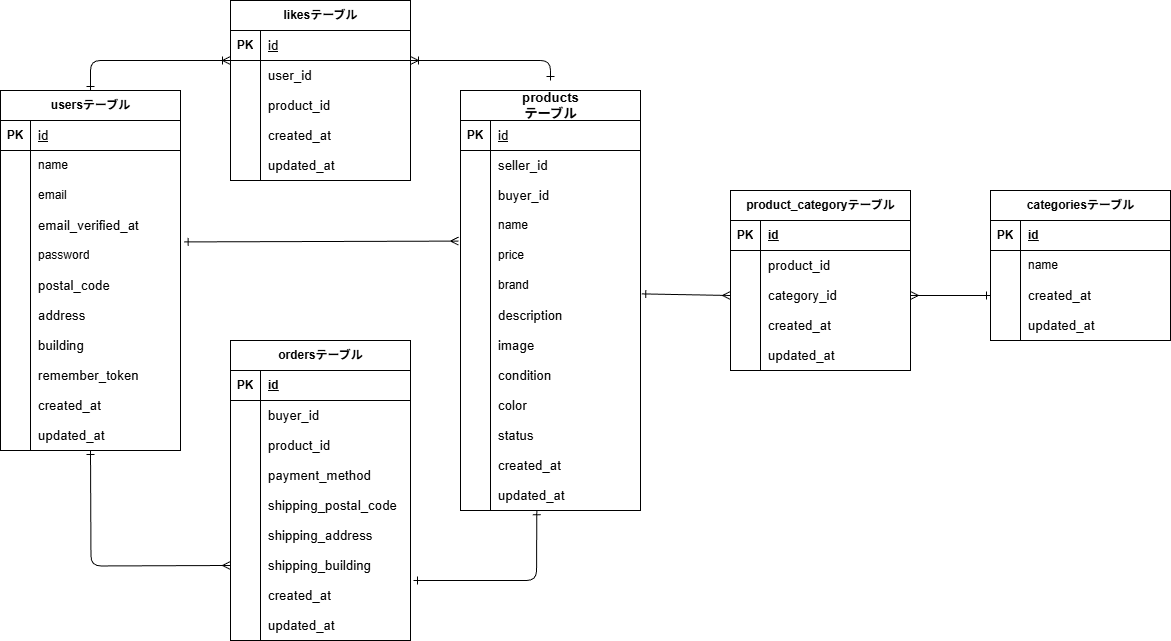
miho-85-ux/coachtech-fleamarket-app keeps this draw.io diagram as .drawio.png. Above is the earlier version. Source tidied: cells renumbered, new cells last; positions are measured from the earlier drawing's top-left corner, leaving out a move shared by most shapes.
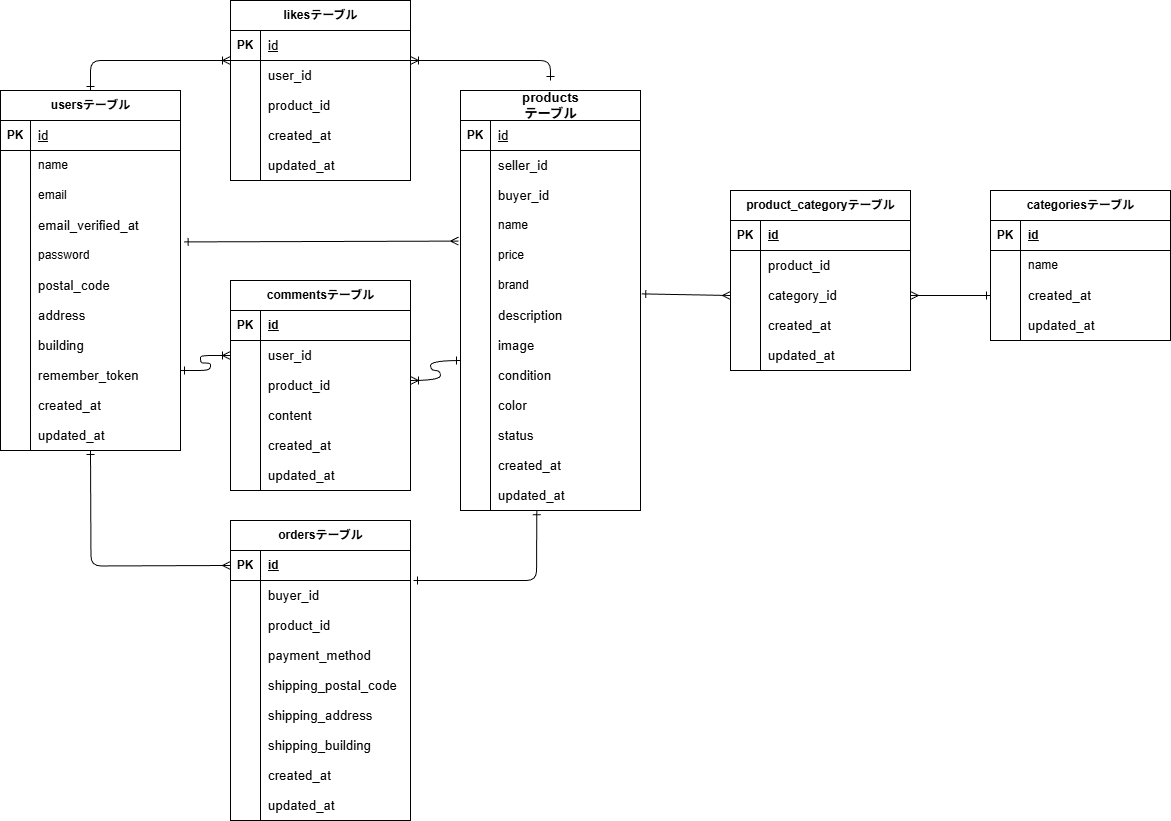
Above is the later version.

Diff of the diagram source:
```diff
@@ -283,7 +283,7 @@
       <mxGeometry x="30" width="150" height="30" as="geometry" />
     </mxCell>
     <mxCell id="93" value="&lt;div style=&quot;text-align: start;&quot;&gt;&lt;span style=&quot;color: rgb(0, 0, 0); text-align: center;&quot;&gt;ordersテーブル&lt;/span&gt;&lt;/div&gt;" style="shape=table;startSize=30;rowLines=0;fontStyle=1;align=center;html=1;" parent="1" vertex="1">
-      <mxGeometry x="230" y="340" width="180" height="300" as="geometry" />
+      <mxGeometry x="230" y="520" width="180" height="300" as="geometry" />
     </mxCell>
     <mxCell id="94" style="shape=tableRow;horizontal=0;startSize=0;swimlaneHead=0;swimlaneBody=0;fillColor=none;top=0;left=0;right=0;bottom=1;" parent="93" vertex="1">
       <mxGeometry y="30" width="180" height="30" as="geometry" />
@@ -483,5 +483,73 @@
     <mxCell id="155" style="edgeStyle=none;html=1;exitX=0;exitY=0.5;exitDx=0;exitDy=0;entryX=1;entryY=0.5;entryDx=0;entryDy=0;endArrow=ERmany;endFill=0;startArrow=ERone;startFill=0;" parent="1" edge="1" source="128" target="141">
       <mxGeometry relative="1" as="geometry" />
     </mxCell>
+    <mxCell id="156" value="commentsテーブル" style="shape=table;startSize=30;rowLines=0;fontStyle=1;align=center;html=1;" parent="1" vertex="1">
+      <mxGeometry x="230" y="280" width="180" height="210" as="geometry" />
+    </mxCell>
+    <mxCell id="157" style="shape=tableRow;horizontal=0;startSize=0;swimlaneHead=0;swimlaneBody=0;fillColor=none;top=0;left=0;right=0;bottom=1;" parent="156" vertex="1">
+      <mxGeometry y="30" width="180" height="30" as="geometry" />
+    </mxCell>
+    <mxCell id="158" value="PK" style="shape=partialRectangle;fillColor=none;top=0;left=0;bottom=0;right=0;fontStyle=1;overflow=hidden;whiteSpace=wrap;html=1;" parent="157" vertex="1">
+      <mxGeometry width="30" height="30" as="geometry" />
+    </mxCell>
+    <mxCell id="159" value="id" style="shape=partialRectangle;fillColor=none;top=0;left=0;bottom=0;right=0;align=left;spacingLeft=6;fontStyle=5;overflow=hidden;whiteSpace=wrap;html=1;" parent="157" vertex="1">
+      <mxGeometry x="30" width="150" height="30" as="geometry" />
+    </mxCell>
+    <mxCell id="160" style="shape=tableRow;horizontal=0;startSize=0;swimlaneHead=0;swimlaneBody=0;fillColor=none;points=[[0,0.5],[1,0.5]];portConstraint=eastwest;top=0;left=0;right=0;bottom=0;" parent="156" vertex="1">
+      <mxGeometry y="60" width="180" height="30" as="geometry" />
+    </mxCell>
+    <mxCell id="161" style="shape=partialRectangle;fillColor=none;top=0;left=0;bottom=0;right=0;overflow=hidden;whiteSpace=wrap;html=1;" parent="160" vertex="1">
+      <mxGeometry width="30" height="30" as="geometry" />
+    </mxCell>
+    <mxCell id="162" value="&lt;span style=&quot;color: rgb(0, 0, 0); font-size: 10pt; font-family: Arial;&quot;&gt;user_id&lt;/span&gt;" style="shape=partialRectangle;fillColor=none;top=0;left=0;bottom=0;right=0;align=left;spacingLeft=6;overflow=hidden;whiteSpace=wrap;html=1;" parent="160" vertex="1">
+      <mxGeometry x="30" width="150" height="30" as="geometry" />
+    </mxCell>
+    <mxCell id="163" style="shape=tableRow;horizontal=0;startSize=0;swimlaneHead=0;swimlaneBody=0;fillColor=none;top=0;left=0;right=0;bottom=0;" parent="156" vertex="1">
+      <mxGeometry y="90" width="180" height="30" as="geometry" />
+    </mxCell>
+    <mxCell id="164" style="shape=partialRectangle;fillColor=none;top=0;left=0;bottom=0;right=0;overflow=hidden;whiteSpace=wrap;html=1;" parent="163" vertex="1">
+      <mxGeometry width="30" height="30" as="geometry" />
+    </mxCell>
+    <mxCell id="165" value="&lt;span style=&quot;color: rgb(0, 0, 0); font-size: 10pt; font-family: Arial;&quot;&gt;product_id&lt;/span&gt;" style="shape=partialRectangle;fillColor=none;top=0;left=0;bottom=0;right=0;align=left;spacingLeft=6;overflow=hidden;whiteSpace=wrap;html=1;" parent="163" vertex="1">
+      <mxGeometry x="30" width="150" height="30" as="geometry" />
+    </mxCell>
+    <mxCell id="166" style="shape=tableRow;horizontal=0;startSize=0;swimlaneHead=0;swimlaneBody=0;fillColor=none;top=0;left=0;right=0;bottom=0;" parent="156" vertex="1">
+      <mxGeometry y="120" width="180" height="30" as="geometry" />
+    </mxCell>
+    <mxCell id="167" style="shape=partialRectangle;fillColor=none;top=0;left=0;bottom=0;right=0;overflow=hidden;whiteSpace=wrap;html=1;" parent="166" vertex="1">
+      <mxGeometry width="30" height="30" as="geometry" />
+    </mxCell>
+    <mxCell id="168" value="&lt;span style=&quot;color: rgb(0, 0, 0); font-size: 10pt; font-family: Arial;&quot;&gt;content&lt;/span&gt;" style="shape=partialRectangle;fillColor=none;top=0;left=0;bottom=0;right=0;align=left;spacingLeft=6;overflow=hidden;whiteSpace=wrap;html=1;" parent="166" vertex="1">
+      <mxGeometry x="30" width="150" height="30" as="geometry" />
+    </mxCell>
+    <mxCell id="169" style="shape=tableRow;horizontal=0;startSize=0;swimlaneHead=0;swimlaneBody=0;fillColor=none;top=0;left=0;right=0;bottom=0;" parent="156" vertex="1">
+      <mxGeometry y="150" width="180" height="30" as="geometry" />
+    </mxCell>
+    <mxCell id="170" style="shape=partialRectangle;fillColor=none;top=0;left=0;bottom=0;right=0;overflow=hidden;whiteSpace=wrap;html=1;" parent="169" vertex="1">
+      <mxGeometry width="30" height="30" as="geometry" />
+    </mxCell>
+    <mxCell id="171" value="&lt;span style=&quot;color: rgb(0, 0, 0); font-size: 10pt; font-family: Arial;&quot;&gt;created_at&lt;/span&gt;" style="shape=partialRectangle;fillColor=none;top=0;left=0;bottom=0;right=0;align=left;spacingLeft=6;overflow=hidden;whiteSpace=wrap;html=1;" parent="169" vertex="1">
+      <mxGeometry x="30" width="150" height="30" as="geometry" />
+    </mxCell>
+    <mxCell id="172" style="shape=tableRow;horizontal=0;startSize=0;swimlaneHead=0;swimlaneBody=0;fillColor=none;top=0;left=0;right=0;bottom=0;" parent="156" vertex="1">
+      <mxGeometry y="180" width="180" height="30" as="geometry" />
+    </mxCell>
+    <mxCell id="173" style="shape=partialRectangle;fillColor=none;top=0;left=0;bottom=0;right=0;overflow=hidden;whiteSpace=wrap;html=1;" parent="172" vertex="1">
+      <mxGeometry width="30" height="30" as="geometry" />
+    </mxCell>
+    <mxCell id="174" value="&lt;span style=&quot;color: rgb(0, 0, 0); font-size: 10pt; font-family: Arial;&quot;&gt;updated_at&lt;/span&gt;" style="shape=partialRectangle;fillColor=none;top=0;left=0;bottom=0;right=0;align=left;spacingLeft=6;overflow=hidden;whiteSpace=wrap;html=1;" parent="172" vertex="1">
+      <mxGeometry x="30" width="150" height="30" as="geometry" />
+    </mxCell>
+    <mxCell id="175" style="edgeStyle=entityRelationEdgeStyle;fontSize=12;html=1;endArrow=ERoneToMany;endFill=0;entryX=0;entryY=0.5;entryDx=0;entryDy=0;startArrow=ERone;startFill=0;" parent="1" edge="1" target="160">
+      <mxGeometry relative="1" as="geometry">
+        <mxPoint x="180" y="370" as="sourcePoint" />
+      </mxGeometry>
+    </mxCell>
+    <mxCell id="176" style="edgeStyle=entityRelationEdgeStyle;fontSize=12;html=1;endArrow=ERone;endFill=0;curved=1;startArrow=ERoneToMany;startFill=0;" parent="1" edge="1">
+      <mxGeometry relative="1" as="geometry">
+        <mxPoint x="410" y="380" as="sourcePoint" />
+        <mxPoint x="460" y="360" as="targetPoint" />
+      </mxGeometry>
+    </mxCell>
   </root>
 </mxGraphModel>
```
